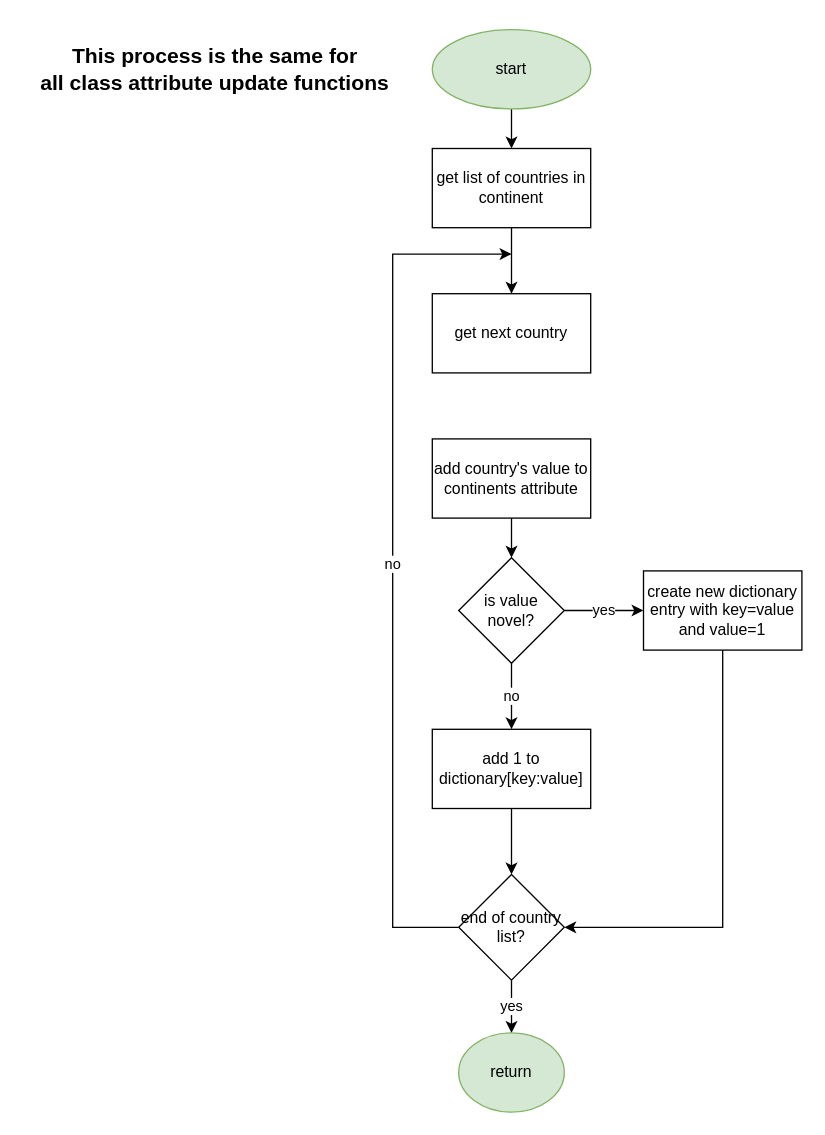
This is page "update_continent_values()" (4 of 6) of Continental_Data_Flowchart.drawio from Joel-Vernon-98/Continental_Data, a draw.io file, before an edit. Source tidied: cells renumbered, new cells numbered last; positions are measured from the earlier drawing's top-left corner, leaving out a move shared by most shapes. Both pictures are drawn from the tidied source at 132%, with x=0, y=0 at pixel (22, 29).
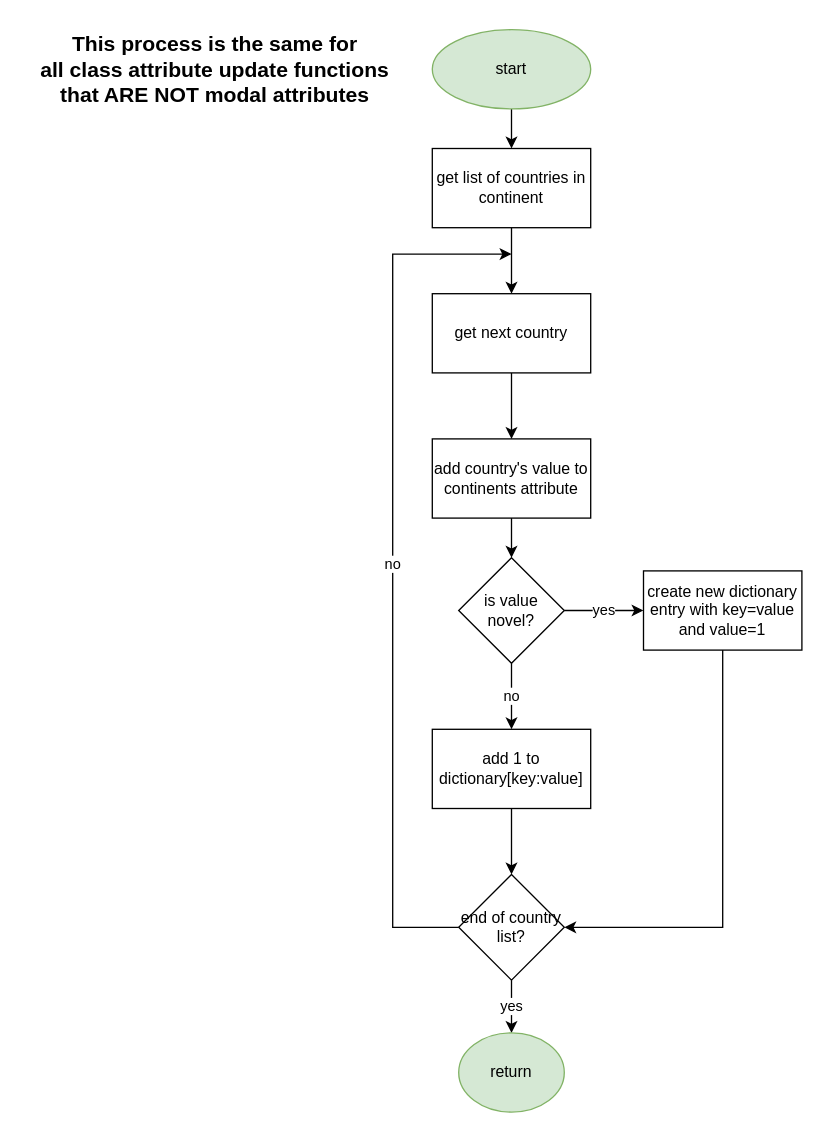
After the change.

Commit message (it also covers changes not shown here):
fixed flowcharts for functions to update modal and non-modal class attributes

Unchanged cells that the change refers to:
```xml
<mxCell id="7" value="add country's value to continents attribute" style="whiteSpace=wrap;html=1;" parent="1" vertex="1">
  <mxGeometry x="310" y="310" width="120" height="60" as="geometry" />
</mxCell>
<mxCell id="19" value="get next country" style="rounded=0;whiteSpace=wrap;html=1;" parent="1" vertex="1">
  <mxGeometry x="310" y="200" width="120" height="60" as="geometry" />
</mxCell>
```

Change to the diagram source:
```diff
@@
+    <mxCell id="21" style="edgeStyle=orthogonalEdgeStyle;rounded=0;jettySize=auto;html=1;fontSize=12;" parent="1" edge="1" source="19" target="7">
+      <mxGeometry relative="1" as="geometry" />
+    </mxCell>
@@
-    <mxCell id="20" value="&lt;font style=&quot;font-size: 16px;&quot;&gt;&lt;b&gt;This process is the same for&lt;br&gt;all class attribute update functions&lt;/b&gt;&lt;/font&gt;" style="text;html=1;align=center;verticalAlign=middle;strokeColor=none;fillColor=none;" parent="1" vertex="1">
-      <mxGeometry y="5" width="290" height="50" as="geometry" />
+    <mxCell id="20" value="&lt;font style=&quot;font-size: 16px;&quot;&gt;&lt;b&gt;This process is the same for&lt;br&gt;all class attribute update functions&lt;br&gt;that ARE NOT modal attributes&lt;br&gt;&lt;/b&gt;&lt;/font&gt;" style="text;html=1;align=center;verticalAlign=middle;strokeColor=none;fillColor=none;" parent="1" vertex="1">
+      <mxGeometry y="-5" width="290" height="70" as="geometry" />
     </mxCell>
```
